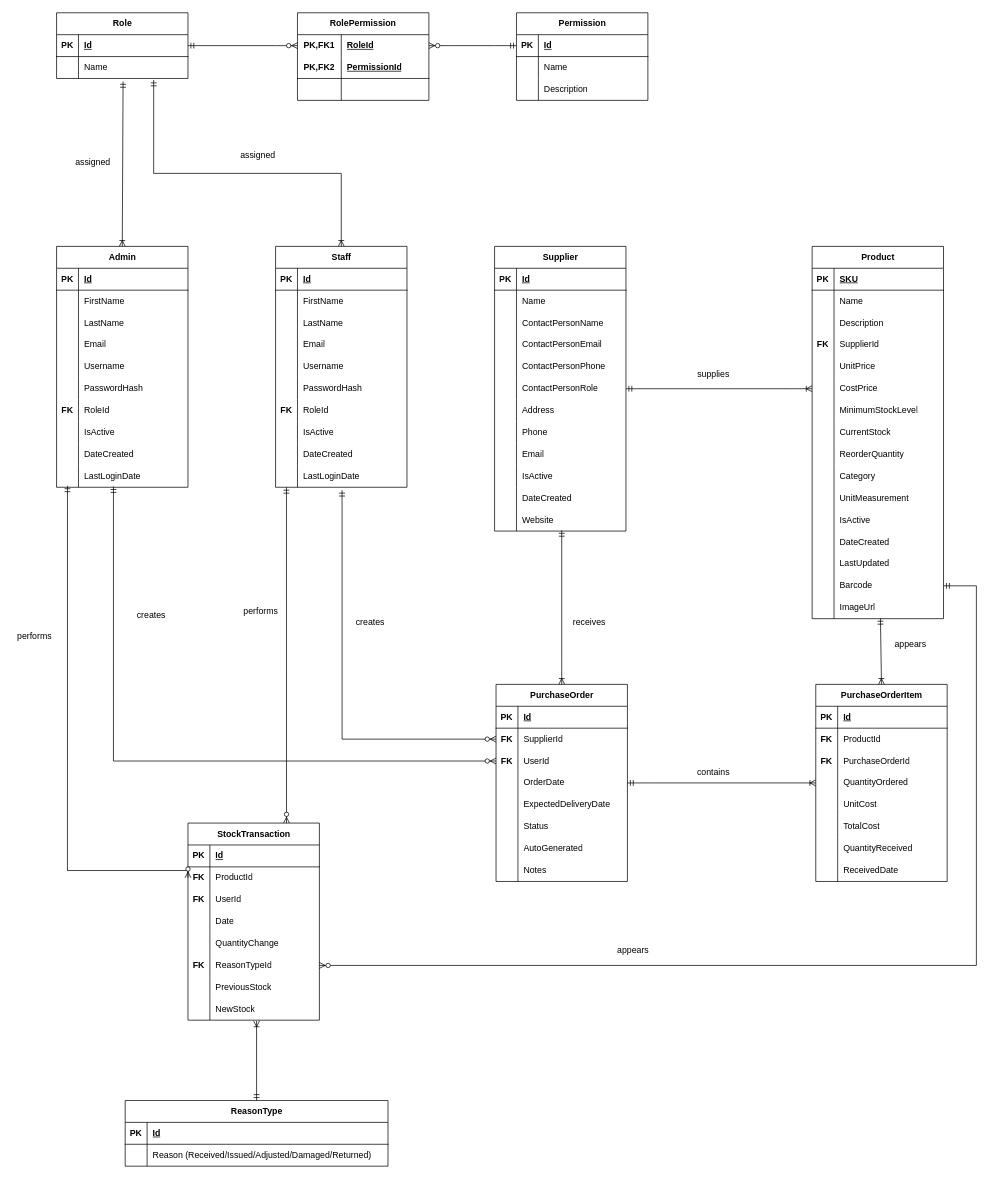
This is docs/Analysis/Database_Design/ERD.drawio from james15mokoena/SmartInventory, a draw.io file, before an edit. Source tidied: cells renumbered, new cells numbered last; positions are measured from the earlier drawing's top-left corner, leaving out a move shared by most shapes. Both pictures are drawn from the tidied source at 73%, with x=0, y=0 at pixel (12, 12).
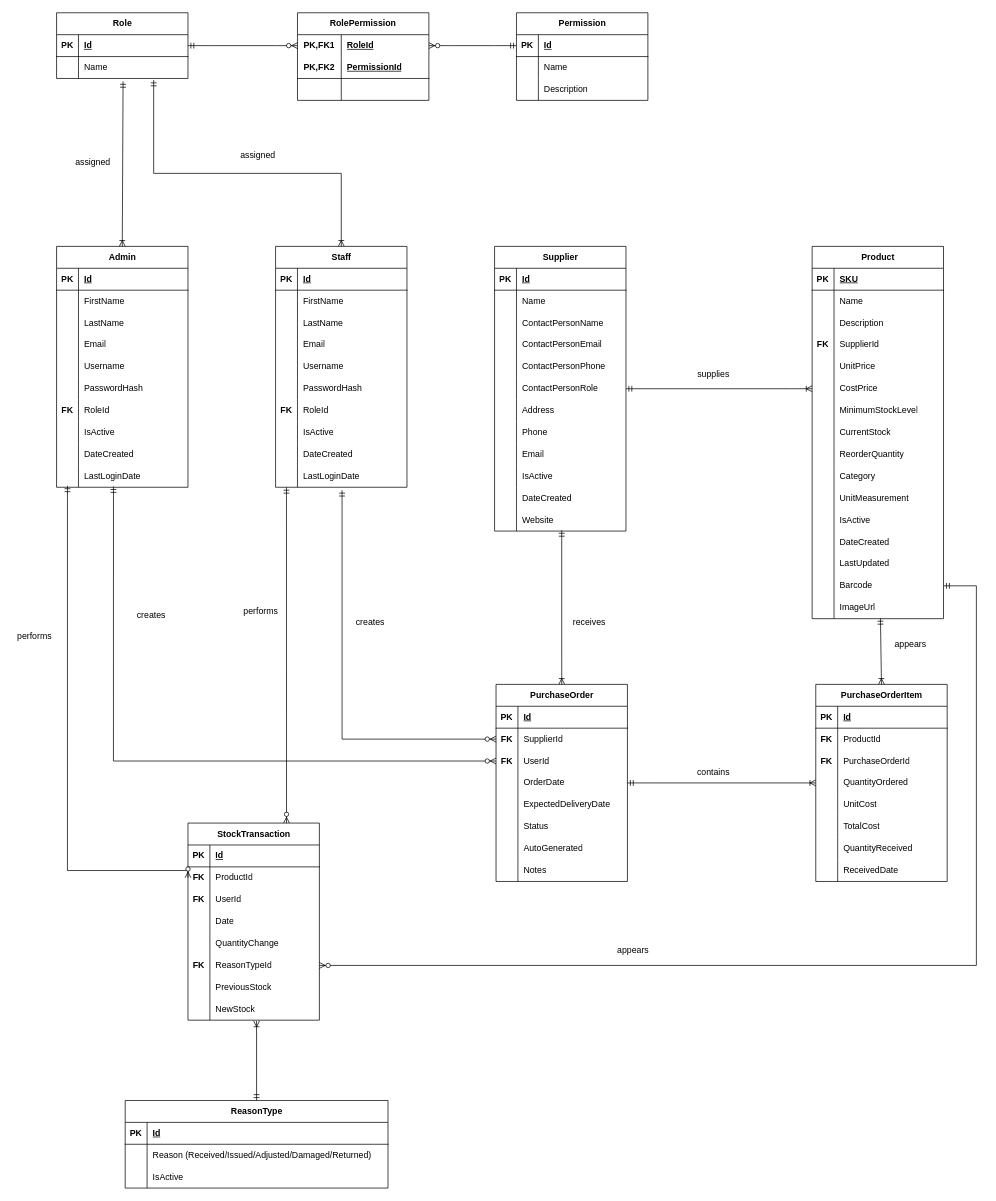
The same diagram, later.

Commit message (it also covers changes not shown here):
Added the IsActive field in the ReasonType table.

Diff of the diagram source:
```diff
@@
     <mxCell id="262" value="ReasonType" style="shape=table;startSize=30;childLayout=tableLayout;rowLines=0;fontStyle=1;align=center;html=1;" parent="1" vertex="1">
-      <mxGeometry x="154" y="1490" width="360" height="90" as="geometry" />
+      <mxGeometry x="154" y="1490" width="360" height="120" as="geometry" />
     </mxCell>
@@
+    <mxCell id="284" style="shape=tableRow;horizontal=0;startSize=0;swimlaneHead=0;swimlaneBody=0;fillColor=none;top=0;left=0;right=0;bottom=0;" parent="262" vertex="1">
+      <mxGeometry y="90" width="360" height="30" as="geometry" />
+    </mxCell>
+    <mxCell id="285" style="shape=partialRectangle;fillColor=none;top=0;left=0;bottom=0;right=0;overflow=hidden;whiteSpace=wrap;html=1;" parent="284" vertex="1">
+      <mxGeometry width="30" height="30" as="geometry" />
+    </mxCell>
+    <mxCell id="286" value="IsActive" style="shape=partialRectangle;fillColor=none;top=0;left=0;bottom=0;right=0;align=left;spacingLeft=6;overflow=hidden;whiteSpace=wrap;html=1;" parent="284" vertex="1">
+      <mxGeometry x="30" width="330" height="30" as="geometry" />
+    </mxCell>
```
